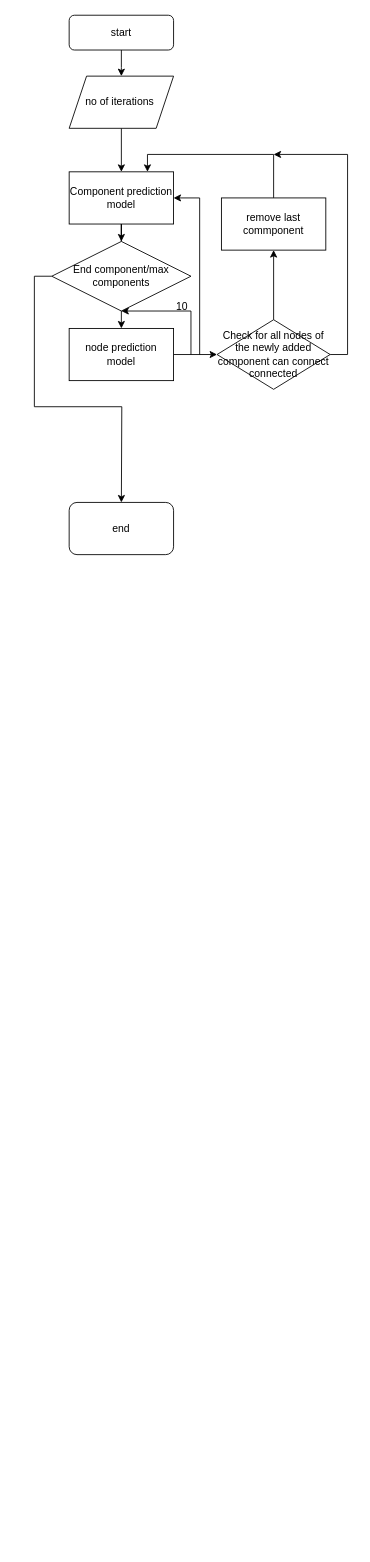
This is Untitled Diagram.drawio from praveen2k2/praveen2k2, a draw.io file, before an edit. Source tidied: cells renumbered, new cells numbered last; positions are measured from the earlier drawing's top-left corner, leaving out a move shared by most shapes. Both pictures are drawn from the tidied source at 87%, with x=0, y=0 at pixel (51, 15).
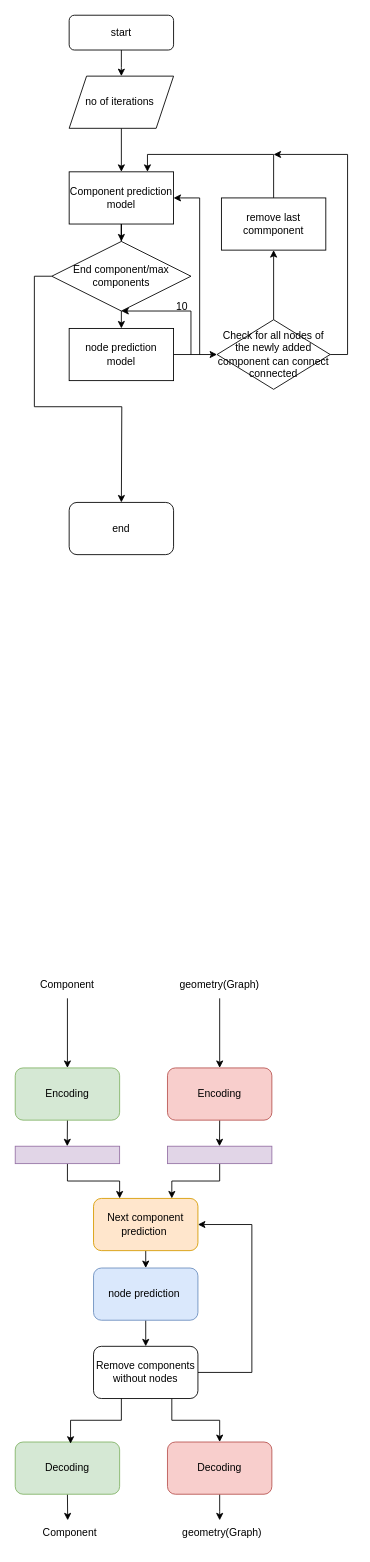
The same diagram, later.

Change to the diagram source:
```diff
@@
+    <mxCell id="22" style="edgeStyle=orthogonalEdgeStyle;rounded=0;jettySize=auto;html=1;exitX=0.5;exitY=1;exitDx=0;exitDy=0;" parent="1" edge="1" source="23">
+      <mxGeometry relative="1" as="geometry">
+        <mxPoint x="17.8" y="1300" as="targetPoint" />
+      </mxGeometry>
+    </mxCell>
+    <mxCell id="23" value="Encoding" style="rounded=1;whiteSpace=wrap;html=1;fillColor=#d5e8d4;strokeColor=#82b366;" parent="1" vertex="1">
+      <mxGeometry x="-42" y="1210" width="120" height="60" as="geometry" />
+    </mxCell>
+    <mxCell id="24" style="endArrow=classic;html=1;rounded=0;" parent="1" edge="1">
+      <mxGeometry relative="1" as="geometry">
+        <mxPoint x="18" y="1130" as="sourcePoint" />
+        <mxPoint x="18" y="1210" as="targetPoint" />
+      </mxGeometry>
+    </mxCell>
+    <mxCell id="25" style="edgeStyle=orthogonalEdgeStyle;rounded=0;jettySize=auto;html=1;exitX=0.5;exitY=1;exitDx=0;exitDy=0;" parent="1" edge="1" source="26">
+      <mxGeometry relative="1" as="geometry">
+        <mxPoint x="192.8" y="1300" as="targetPoint" />
+      </mxGeometry>
+    </mxCell>
+    <mxCell id="26" value="Encoding" style="rounded=1;whiteSpace=wrap;html=1;fillColor=#f8cecc;strokeColor=#b85450;" parent="1" vertex="1">
+      <mxGeometry x="133" y="1210" width="120" height="60" as="geometry" />
+    </mxCell>
+    <mxCell id="27" style="endArrow=classic;html=1;rounded=0;" parent="1" edge="1">
+      <mxGeometry relative="1" as="geometry">
+        <mxPoint x="193" y="1130" as="sourcePoint" />
+        <mxPoint x="193" y="1210" as="targetPoint" />
+      </mxGeometry>
+    </mxCell>
+    <mxCell id="28" value="Component" style="text;html=1;align=center;verticalAlign=middle;whiteSpace=wrap;rounded=0;" parent="1" vertex="1">
+      <mxGeometry x="-12" y="1100" width="60" height="30" as="geometry" />
+    </mxCell>
+    <mxCell id="29" value="geometry(Graph)" style="text;html=1;align=center;verticalAlign=middle;whiteSpace=wrap;rounded=0;" parent="1" vertex="1">
+      <mxGeometry x="163" y="1100" width="60" height="30" as="geometry" />
+    </mxCell>
+    <mxCell id="30" style="edgeStyle=orthogonalEdgeStyle;rounded=0;jettySize=auto;html=1;exitX=0.5;exitY=1;exitDx=0;exitDy=0;entryX=0.5;entryY=0;entryDx=0;entryDy=0;" parent="1" edge="1" source="31" target="37">
+      <mxGeometry relative="1" as="geometry" />
+    </mxCell>
+    <mxCell id="31" value="Next component&lt;div&gt;prediction&amp;nbsp;&lt;/div&gt;" style="rounded=1;whiteSpace=wrap;html=1;fillColor=#ffe6cc;strokeColor=#d79b00;" parent="1" vertex="1">
+      <mxGeometry x="48" y="1360" width="120" height="60" as="geometry" />
+    </mxCell>
+    <mxCell id="32" style="edgeStyle=orthogonalEdgeStyle;rounded=0;jettySize=auto;html=1;entryX=0.25;entryY=0;entryDx=0;entryDy=0;" parent="1" edge="1" source="33" target="31">
+      <mxGeometry relative="1" as="geometry" />
+    </mxCell>
+    <mxCell id="33" style="rounded=0;whiteSpace=wrap;html=1;fillColor=#e1d5e7;strokeColor=#9673a6;" parent="1" vertex="1">
+      <mxGeometry x="-42" y="1300" width="120" height="20" as="geometry" />
+    </mxCell>
+    <mxCell id="34" style="edgeStyle=orthogonalEdgeStyle;rounded=0;jettySize=auto;html=1;exitX=0.5;exitY=1;exitDx=0;exitDy=0;entryX=0.75;entryY=0;entryDx=0;entryDy=0;" parent="1" edge="1" source="35" target="31">
+      <mxGeometry relative="1" as="geometry" />
+    </mxCell>
+    <mxCell id="35" style="rounded=0;whiteSpace=wrap;html=1;fillColor=#e1d5e7;strokeColor=#9673a6;" parent="1" vertex="1">
+      <mxGeometry x="133" y="1300" width="120" height="20" as="geometry" />
+    </mxCell>
+    <mxCell id="36" style="edgeStyle=orthogonalEdgeStyle;rounded=0;jettySize=auto;html=1;exitX=0.5;exitY=1;exitDx=0;exitDy=0;" parent="1" edge="1" source="37">
+      <mxGeometry relative="1" as="geometry">
+        <mxPoint x="108" y="1530" as="targetPoint" />
+      </mxGeometry>
+    </mxCell>
+    <mxCell id="37" value="node prediction&amp;nbsp;" style="rounded=1;whiteSpace=wrap;html=1;fillColor=#dae8fc;strokeColor=#6c8ebf;" parent="1" vertex="1">
+      <mxGeometry x="48" y="1440" width="120" height="60" as="geometry" />
+    </mxCell>
+    <mxCell id="38" style="edgeStyle=orthogonalEdgeStyle;rounded=0;jettySize=auto;html=1;entryX=1;entryY=0.5;entryDx=0;entryDy=0;" parent="1" edge="1" source="40" target="31">
+      <mxGeometry relative="1" as="geometry">
+        <Array as="points">
+          <mxPoint x="230" y="1560" />
+          <mxPoint x="230" y="1390" />
+        </Array>
+      </mxGeometry>
+    </mxCell>
+    <mxCell id="39" style="edgeStyle=orthogonalEdgeStyle;rounded=0;jettySize=auto;html=1;exitX=0.75;exitY=1;exitDx=0;exitDy=0;entryX=0.5;entryY=0;entryDx=0;entryDy=0;" parent="1" edge="1" source="40" target="44">
+      <mxGeometry relative="1" as="geometry" />
+    </mxCell>
+    <mxCell id="40" value="Remove components without nodes" style="rounded=1;whiteSpace=wrap;html=1;" parent="1" vertex="1">
+      <mxGeometry x="48" y="1530" width="120" height="60" as="geometry" />
+    </mxCell>
+    <mxCell id="41" style="edgeStyle=orthogonalEdgeStyle;rounded=0;jettySize=auto;html=1;exitX=0.5;exitY=1;exitDx=0;exitDy=0;" parent="1" edge="1" source="42">
+      <mxGeometry relative="1" as="geometry">
+        <mxPoint x="18.3" y="1730" as="targetPoint" />
+      </mxGeometry>
+    </mxCell>
+    <mxCell id="42" value="Decoding" style="rounded=1;whiteSpace=wrap;html=1;fillColor=#d5e8d4;strokeColor=#82b366;" parent="1" vertex="1">
+      <mxGeometry x="-42" y="1640" width="120" height="60" as="geometry" />
+    </mxCell>
+    <mxCell id="43" style="edgeStyle=orthogonalEdgeStyle;rounded=0;jettySize=auto;html=1;" parent="1" edge="1" source="44">
+      <mxGeometry relative="1" as="geometry">
+        <mxPoint x="193" y="1730" as="targetPoint" />
+      </mxGeometry>
+    </mxCell>
+    <mxCell id="44" value="Decoding" style="rounded=1;whiteSpace=wrap;html=1;fillColor=#f8cecc;strokeColor=#b85450;" parent="1" vertex="1">
+      <mxGeometry x="133" y="1640" width="120" height="60" as="geometry" />
+    </mxCell>
+    <mxCell id="45" style="edgeStyle=orthogonalEdgeStyle;rounded=0;jettySize=auto;html=1;entryX=0.53;entryY=0.032;entryDx=0;entryDy=0;entryPerimeter=0;" parent="1" edge="1" source="40" target="42">
+      <mxGeometry relative="1" as="geometry">
+        <Array as="points">
+          <mxPoint x="80" y="1615" />
+          <mxPoint x="22" y="1615" />
+        </Array>
+      </mxGeometry>
+    </mxCell>
+    <mxCell id="46" value="Component" style="text;html=1;align=center;verticalAlign=middle;whiteSpace=wrap;rounded=0;" parent="1" vertex="1">
+      <mxGeometry x="-9.5" y="1730" width="60" height="30" as="geometry" />
+    </mxCell>
+    <mxCell id="47" value="geometry(Graph)" style="text;html=1;align=center;verticalAlign=middle;whiteSpace=wrap;rounded=0;" parent="1" vertex="1">
+      <mxGeometry x="165.5" y="1730" width="60" height="30" as="geometry" />
+    </mxCell>
```
